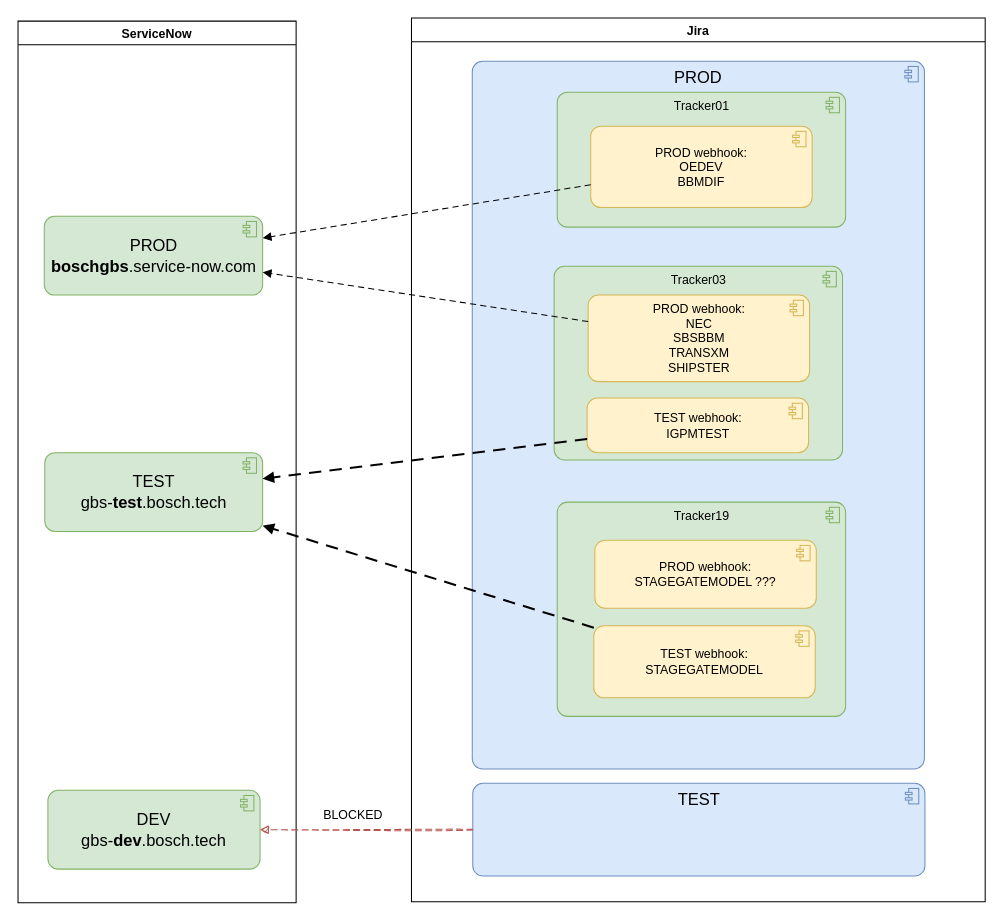
Above: page "PRODWebHooks" (5 of 19) of Bosch.drawio in algimas/tmp (draw.io), before the change. Source tidied: cells renumbered, new cells numbered last; positions are measured from the earlier drawing's top-left corner, leaving out a move shared by most shapes. Both pictures are drawn from the tidied source at 103%, with x=0, y=0 at pixel (18, 18).
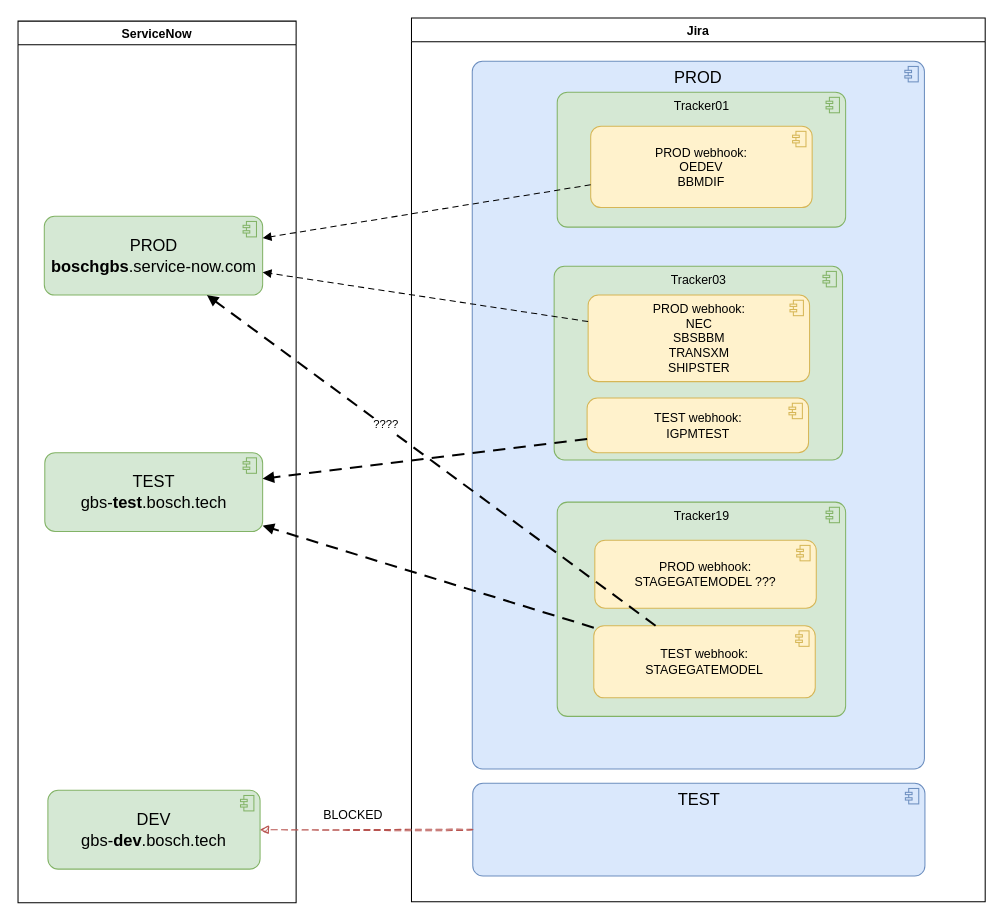
The same diagram, later.

Unchanged cells that the change refers to:
```xml
<mxCell id="3" value="PROD&lt;br&gt;&lt;div&gt;&lt;strong style=&quot;background-color: transparent; color: light-dark(rgb(0, 0, 0), rgb(255, 255, 255));&quot;&gt;boschgbs&lt;/strong&gt;.service-now.com&lt;/div&gt;" style="html=1;outlineConnect=0;whiteSpace=wrap;fillColor=#d5e8d4;shape=mxgraph.archimate3.application;appType=comp;archiType=rounded;strokeColor=#82b366;verticalAlign=middle;fontStyle=0;fontSize=16;" parent="2" vertex="1">
  <mxGeometry x="25.5" y="189.5" width="212" height="76.5" as="geometry" />
</mxCell>
<mxCell id="9" value="&lt;div&gt;TEST webhook:&lt;/div&gt;STAGEGATEMODEL" style="html=1;outlineConnect=0;whiteSpace=wrap;fillColor=#fff2cc;shape=mxgraph.archimate3.application;appType=comp;archiType=rounded;strokeColor=#d6b656;verticalAlign=middle;fontStyle=0;fontSize=12;" parent="6" vertex="1">
  <mxGeometry x="177" y="590" width="215" height="70" as="geometry" />
</mxCell>
```

Change to the diagram source:
```diff
@@
+    <mxCell id="22" style="html=1;endArrow=block;dashed=1;elbow=vertical;endFill=1;dashPattern=6 4;rounded=0;fontSize=12;fontStyle=1;strokeWidth=2;" parent="1" edge="1" source="9" target="3">
+      <mxGeometry relative="1" as="geometry" />
+    </mxCell>
+    <mxCell id="23" value="????" style="edgeLabel;html=1;align=center;verticalAlign=middle;" parent="22" vertex="1">
+      <mxGeometry x="0.21" y="-2" relative="1" as="geometry" />
+    </mxCell>
```
